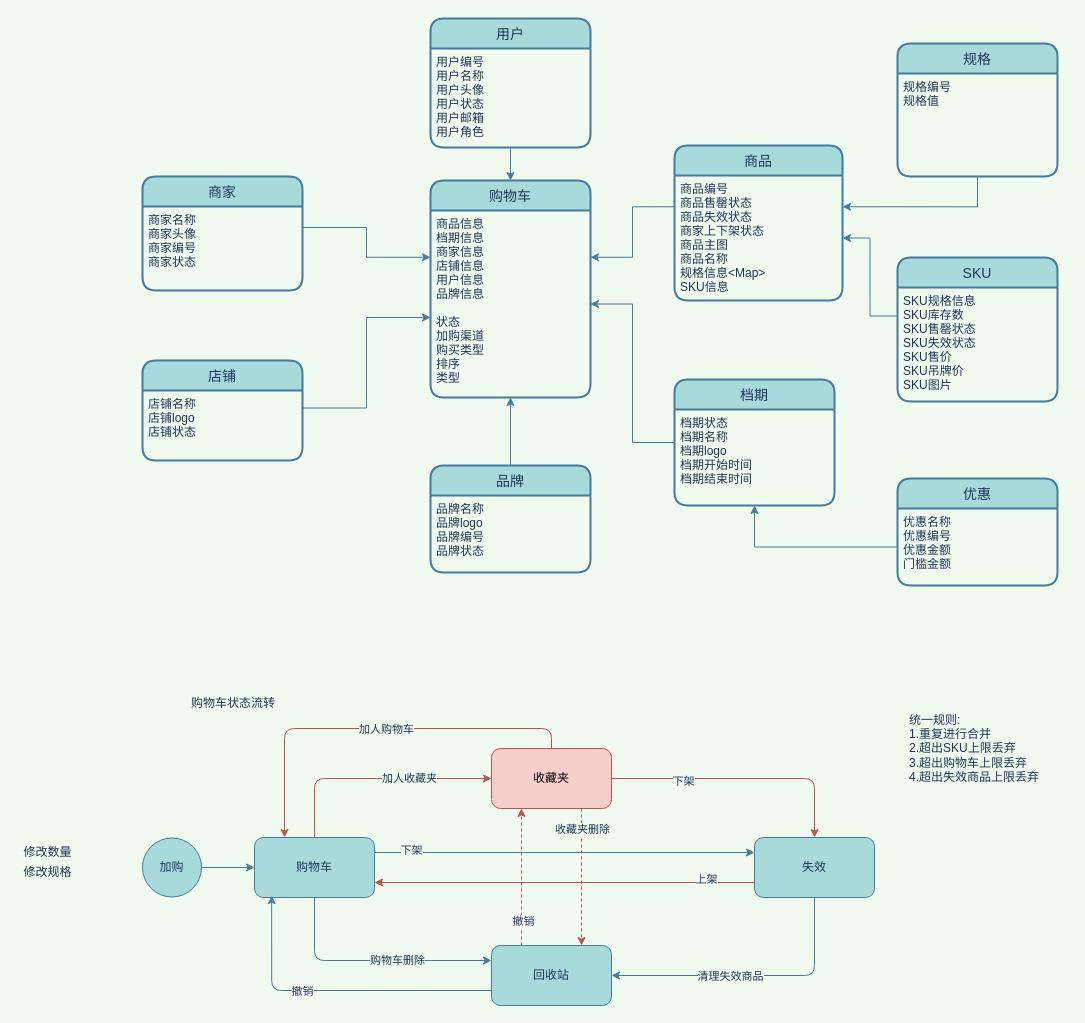
Before: 购物车领域模型图.drawio in mingtian110/pc_home, a draw.io diagram. Source tidied: cells renumbered, new cells numbered last; positions are measured from the earlier drawing's top-left corner, leaving out a move shared by most shapes. Both pictures are drawn from the tidied source at 100%, with x=0, y=0 at pixel (17, 18).
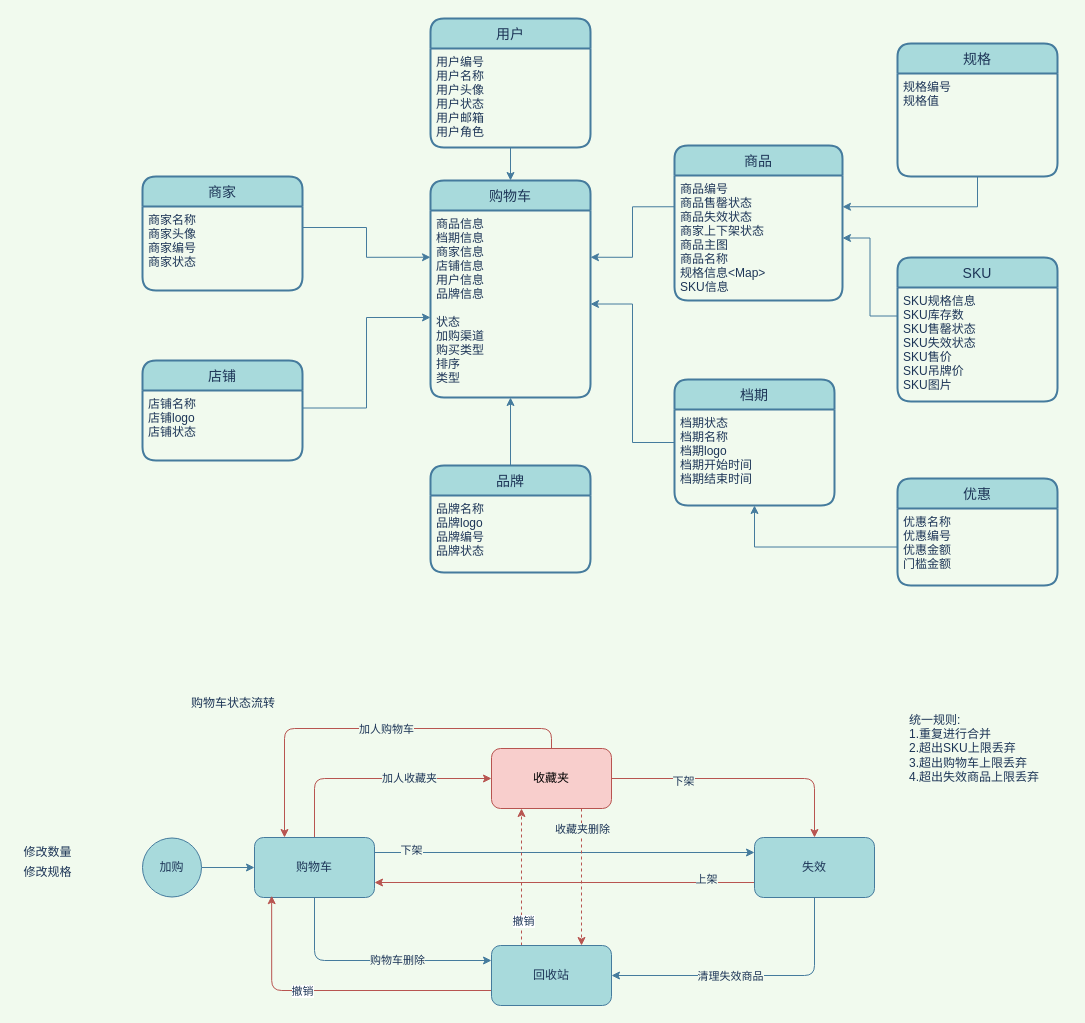
The same page after the edit.

Commit message:
更新购物车领域模型图.drawio

Unchanged cells that the change refers to:
```xml
<mxCell id="37" value="购物车" style="rounded=1;whiteSpace=wrap;html=1;fillColor=#A8DADC;strokeColor=#457B9D;fontColor=#1D3557;" parent="1" vertex="1">
  <mxGeometry x="237" y="819" width="120" height="60" as="geometry" />
</mxCell>
<mxCell id="54" value="回收站" style="rounded=1;whiteSpace=wrap;html=1;fillColor=#A8DADC;strokeColor=#457B9D;fontColor=#1D3557;" parent="1" vertex="1">
  <mxGeometry x="474" y="927" width="120" height="60" as="geometry" />
</mxCell>
```

What changed in the source:
```diff
@@
-    <mxCell id="52" style="edgeStyle=orthogonalEdgeStyle;rounded=1;sketch=0;jettySize=auto;html=1;exitX=0;exitY=0.75;exitDx=0;exitDy=0;entryX=0.143;entryY=0.97;entryDx=0;entryDy=0;entryPerimeter=0;strokeColor=#457B9D;fillColor=#A8DADC;fontColor=#1D3557;" parent="1" edge="1" source="54" target="37">
+    <mxCell id="52" style="edgeStyle=orthogonalEdgeStyle;rounded=1;sketch=0;jettySize=auto;html=1;exitX=0;exitY=0.75;exitDx=0;exitDy=0;entryX=0.143;entryY=0.97;entryDx=0;entryDy=0;entryPerimeter=0;strokeColor=#b85450;fillColor=#f8cecc;fontColor=#1D3557;" parent="1" edge="1" source="54" target="37">
       <mxGeometry relative="1" as="geometry" />
     </mxCell>
```
